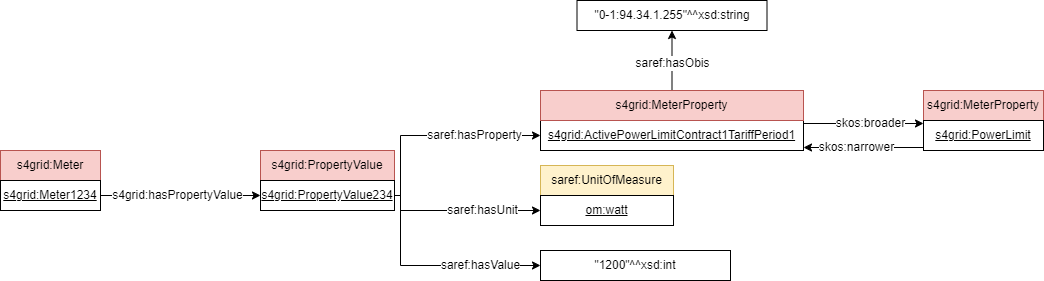
This is documentation/diagrams/SAREF4GRID_Example_meter_2.png from Sergio-Carulli/saref4grid, a draw.io export, as it was before one commit. Source tidied: cells renumbered, new cells last; positions are measured from the earlier drawing's top-left corner, leaving out a move shared by most shapes.
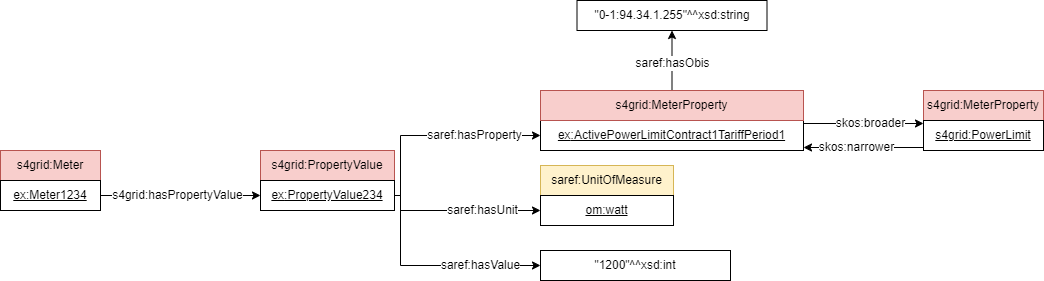
After the commit.

The edit, as a diff of the source:
```diff
@@ -5,13 +5,13 @@
     <mxCell id="2" value="s4grid:Meter" style="rounded=0;whiteSpace=wrap;html=1;fillColor=#f8cecc;strokeColor=#b85450;" parent="1" vertex="1">
       <mxGeometry y="150" width="100" height="30" as="geometry" />
     </mxCell>
-    <mxCell id="3" value="&lt;u&gt;s4grid:Meter1234&lt;/u&gt;" style="rounded=0;whiteSpace=wrap;html=1;snapToPoint=1;points=[[0.1,0],[0.2,0],[0.3,0],[0.4,0],[0.5,0],[0.6,0],[0.7,0],[0.8,0],[0.9,0],[0,0.1],[0,0.3],[0,0.5],[0,0.7],[0,0.9],[0.1,1],[0.2,1],[0.3,1],[0.4,1],[0.5,1],[0.6,1],[0.7,1],[0.8,1],[0.9,1],[1,0.1],[1,0.3],[1,0.5],[1,0.7],[1,0.9]];" parent="1" vertex="1">
+    <mxCell id="3" value="&lt;u&gt;ex:Meter1234&lt;/u&gt;" style="rounded=0;whiteSpace=wrap;html=1;snapToPoint=1;points=[[0.1,0],[0.2,0],[0.3,0],[0.4,0],[0.5,0],[0.6,0],[0.7,0],[0.8,0],[0.9,0],[0,0.1],[0,0.3],[0,0.5],[0,0.7],[0,0.9],[0.1,1],[0.2,1],[0.3,1],[0.4,1],[0.5,1],[0.6,1],[0.7,1],[0.8,1],[0.9,1],[1,0.1],[1,0.3],[1,0.5],[1,0.7],[1,0.9]];" parent="1" vertex="1">
       <mxGeometry y="180" width="100" height="30" as="geometry" />
     </mxCell>
     <mxCell id="4" value="s4grid:PropertyValue" style="rounded=0;whiteSpace=wrap;html=1;fillColor=#f8cecc;strokeColor=#b85450;" parent="1" vertex="1">
       <mxGeometry x="260" y="150" width="134" height="30" as="geometry" />
     </mxCell>
-    <mxCell id="5" value="&lt;u&gt;s4grid:PropertyValue234&lt;/u&gt;" style="rounded=0;whiteSpace=wrap;html=1;snapToPoint=1;points=[[0.1,0],[0.2,0],[0.3,0],[0.4,0],[0.5,0],[0.6,0],[0.7,0],[0.8,0],[0.9,0],[0,0.1],[0,0.3],[0,0.5],[0,0.7],[0,0.9],[0.1,1],[0.2,1],[0.3,1],[0.4,1],[0.5,1],[0.6,1],[0.7,1],[0.8,1],[0.9,1],[1,0.1],[1,0.3],[1,0.5],[1,0.7],[1,0.9]];" parent="1" vertex="1">
+    <mxCell id="5" value="&lt;u style=&quot;border-color: var(--border-color);&quot;&gt;ex&lt;/u&gt;&lt;u&gt;:PropertyValue234&lt;/u&gt;" style="rounded=0;whiteSpace=wrap;html=1;snapToPoint=1;points=[[0.1,0],[0.2,0],[0.3,0],[0.4,0],[0.5,0],[0.6,0],[0.7,0],[0.8,0],[0.9,0],[0,0.1],[0,0.3],[0,0.5],[0,0.7],[0,0.9],[0.1,1],[0.2,1],[0.3,1],[0.4,1],[0.5,1],[0.6,1],[0.7,1],[0.8,1],[0.9,1],[1,0.1],[1,0.3],[1,0.5],[1,0.7],[1,0.9]];" parent="1" vertex="1">
       <mxGeometry x="260" y="180" width="134" height="30" as="geometry" />
     </mxCell>
     <mxCell id="6" value="s4grid:MeterProperty" style="rounded=0;whiteSpace=wrap;html=1;fillColor=#f8cecc;strokeColor=#b85450;" parent="1" vertex="1">
@@ -45,7 +45,7 @@
         </Array>
       </mxGeometry>
     </mxCell>
-    <mxCell id="13" value="&lt;u&gt;s4grid:ActivePowerLimitContract1TariffPeriod1&lt;/u&gt;" style="rounded=0;whiteSpace=wrap;html=1;snapToPoint=1;points=[[0.1,0],[0.2,0],[0.3,0],[0.4,0],[0.5,0],[0.6,0],[0.7,0],[0.8,0],[0.9,0],[0,0.1],[0,0.3],[0,0.5],[0,0.7],[0,0.9],[0.1,1],[0.2,1],[0.3,1],[0.4,1],[0.5,1],[0.6,1],[0.7,1],[0.8,1],[0.9,1],[1,0.1],[1,0.3],[1,0.5],[1,0.7],[1,0.9]];" parent="1" vertex="1">
+    <mxCell id="13" value="&lt;u style=&quot;border-color: var(--border-color);&quot;&gt;ex&lt;/u&gt;&lt;u&gt;:ActivePowerLimitContract1TariffPeriod1&lt;/u&gt;" style="rounded=0;whiteSpace=wrap;html=1;snapToPoint=1;points=[[0.1,0],[0.2,0],[0.3,0],[0.4,0],[0.5,0],[0.6,0],[0.7,0],[0.8,0],[0.9,0],[0,0.1],[0,0.3],[0,0.5],[0,0.7],[0,0.9],[0.1,1],[0.2,1],[0.3,1],[0.4,1],[0.5,1],[0.6,1],[0.7,1],[0.8,1],[0.9,1],[1,0.1],[1,0.3],[1,0.5],[1,0.7],[1,0.9]];" parent="1" vertex="1">
       <mxGeometry x="540" y="120" width="263" height="30" as="geometry" />
     </mxCell>
     <mxCell id="14" value="skos:broader" style="rounded=0;jettySize=auto;html=1;exitX=1;exitY=0.1;exitDx=0;exitDy=0;fontSize=12;entryX=0;entryY=0.1;entryDx=0;entryDy=0;" parent="1" edge="1" source="13" target="7">
```
